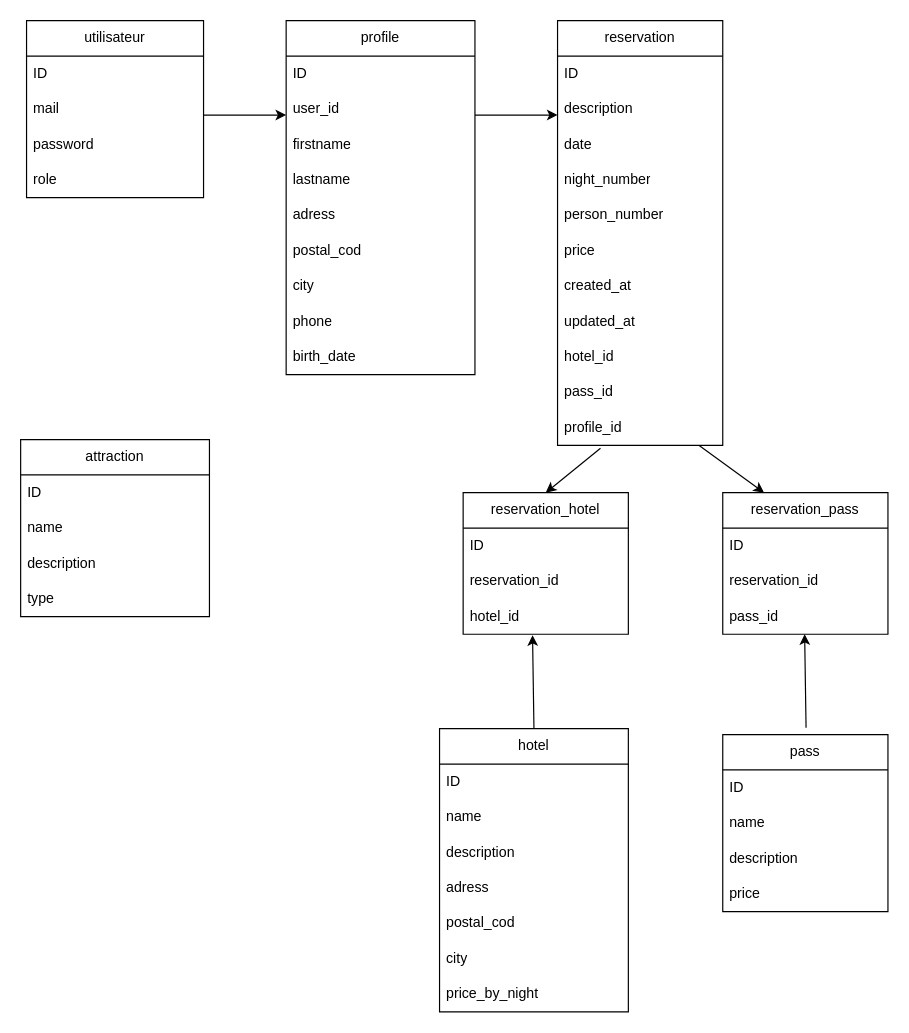
The draw.io diagram docs/mld.drawio in AlineCoatanoan/survival-parc, before the edit. Source tidied: cells renumbered, new cells numbered last; positions are measured from the earlier drawing's top-left corner, leaving out a move shared by most shapes. Both pictures are drawn from the tidied source at 118%, with x=0, y=0 at pixel (20, 20).
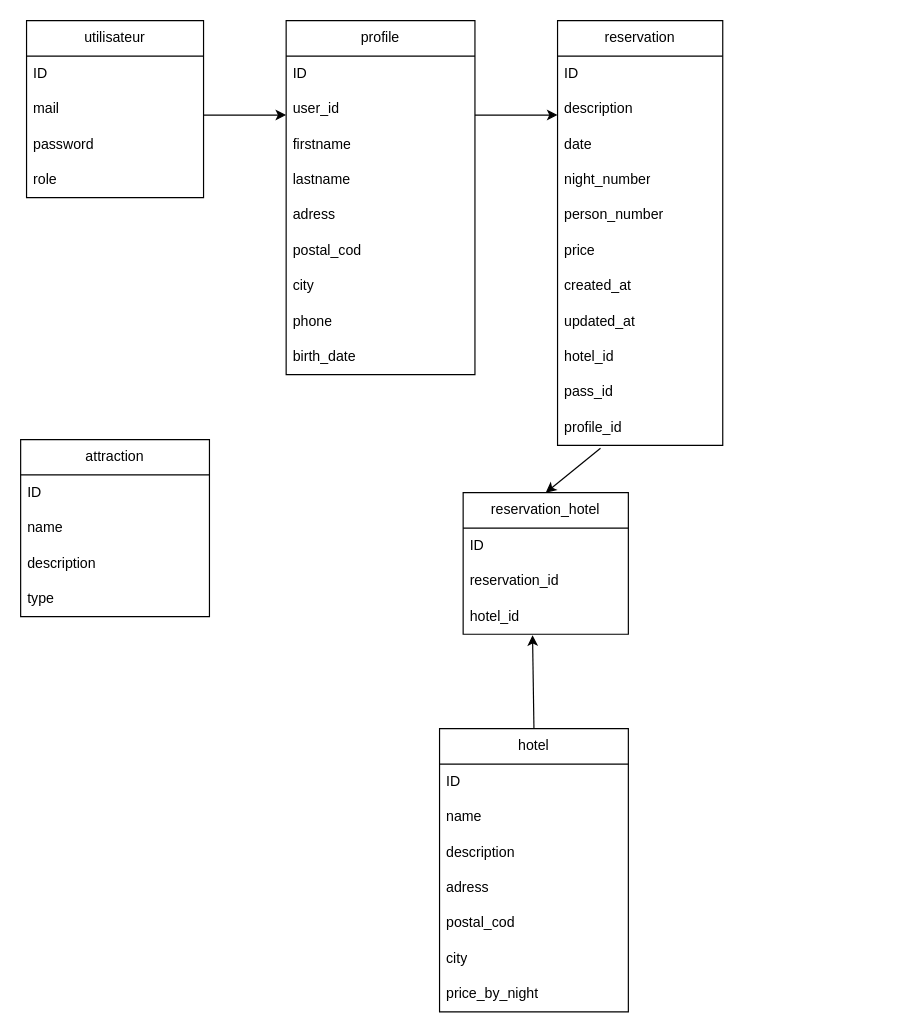
The same diagram, later.

Commit message (it also covers changes not shown here):
suppression pass - rajout table profile_Hotel

The edit, as a diff of the source:
```diff
@@
-    <mxCell id="44" value="pass" style="swimlane;fontStyle=0;horizontal=1;startSize=30;whiteSpace=wrap;html=1;" parent="1" vertex="1">
-      <mxGeometry x="595" y="605" width="140" height="150" as="geometry" />
-    </mxCell>
-    <mxCell id="45" value="ID" style="text;strokeColor=none;fillColor=none;align=left;verticalAlign=middle;spacingLeft=4;spacingRight=4;overflow=hidden;whiteSpace=wrap;html=1;" parent="44" vertex="1">
-      <mxGeometry y="30" width="140" height="30" as="geometry" />
-    </mxCell>
-    <mxCell id="46" value="name" style="text;strokeColor=none;fillColor=none;align=left;verticalAlign=middle;spacingLeft=4;spacingRight=4;overflow=hidden;whiteSpace=wrap;html=1;" parent="44" vertex="1">
-      <mxGeometry y="60" width="140" height="30" as="geometry" />
-    </mxCell>
-    <mxCell id="47" value="description" style="text;strokeColor=none;fillColor=none;align=left;verticalAlign=middle;spacingLeft=4;spacingRight=4;overflow=hidden;whiteSpace=wrap;html=1;" parent="44" vertex="1">
-      <mxGeometry y="90" width="140" height="30" as="geometry" />
-    </mxCell>
-    <mxCell id="48" value="price" style="text;strokeColor=none;fillColor=none;align=left;verticalAlign=middle;spacingLeft=4;spacingRight=4;overflow=hidden;whiteSpace=wrap;html=1;" parent="44" vertex="1">
-      <mxGeometry y="120" width="140" height="30" as="geometry" />
-    </mxCell>
@@
-    <mxCell id="53" value="reservation_pass" style="swimlane;fontStyle=0;horizontal=1;startSize=30;whiteSpace=wrap;html=1;" parent="1" vertex="1">
-      <mxGeometry x="595" y="400" width="140" height="120" as="geometry" />
-    </mxCell>
-    <mxCell id="54" value="ID" style="text;strokeColor=none;fillColor=none;align=left;verticalAlign=middle;spacingLeft=4;spacingRight=4;overflow=hidden;whiteSpace=wrap;html=1;" parent="53" vertex="1">
-      <mxGeometry y="30" width="140" height="30" as="geometry" />
-    </mxCell>
-    <mxCell id="55" value="reservation_id" style="text;strokeColor=none;fillColor=none;align=left;verticalAlign=middle;spacingLeft=4;spacingRight=4;overflow=hidden;whiteSpace=wrap;html=1;" parent="53" vertex="1">
-      <mxGeometry y="60" width="140" height="30" as="geometry" />
-    </mxCell>
-    <mxCell id="56" value="pass_id" style="text;strokeColor=none;fillColor=none;align=left;verticalAlign=middle;spacingLeft=4;spacingRight=4;overflow=hidden;whiteSpace=wrap;html=1;" parent="53" vertex="1">
-      <mxGeometry y="90" width="140" height="30" as="geometry" />
-    </mxCell>
@@
-    <mxCell id="59" style="endArrow=classic;html=1;entryX=0.25;entryY=0;entryDx=0;entryDy=0;" parent="1" edge="1" target="53">
-      <mxGeometry relative="1" as="geometry">
-        <mxPoint x="575" y="360" as="sourcePoint" />
-      </mxGeometry>
-    </mxCell>
-    <mxCell id="60" style="endArrow=classic;html=1;entryX=0.42;entryY=1.027;entryDx=0;entryDy=0;entryPerimeter=0;" parent="1" edge="1">
-      <mxGeometry relative="1" as="geometry">
-        <mxPoint x="665.6" y="599.2" as="sourcePoint" />
-        <mxPoint x="664.4" y="520" as="targetPoint" />
-      </mxGeometry>
-    </mxCell>
```
